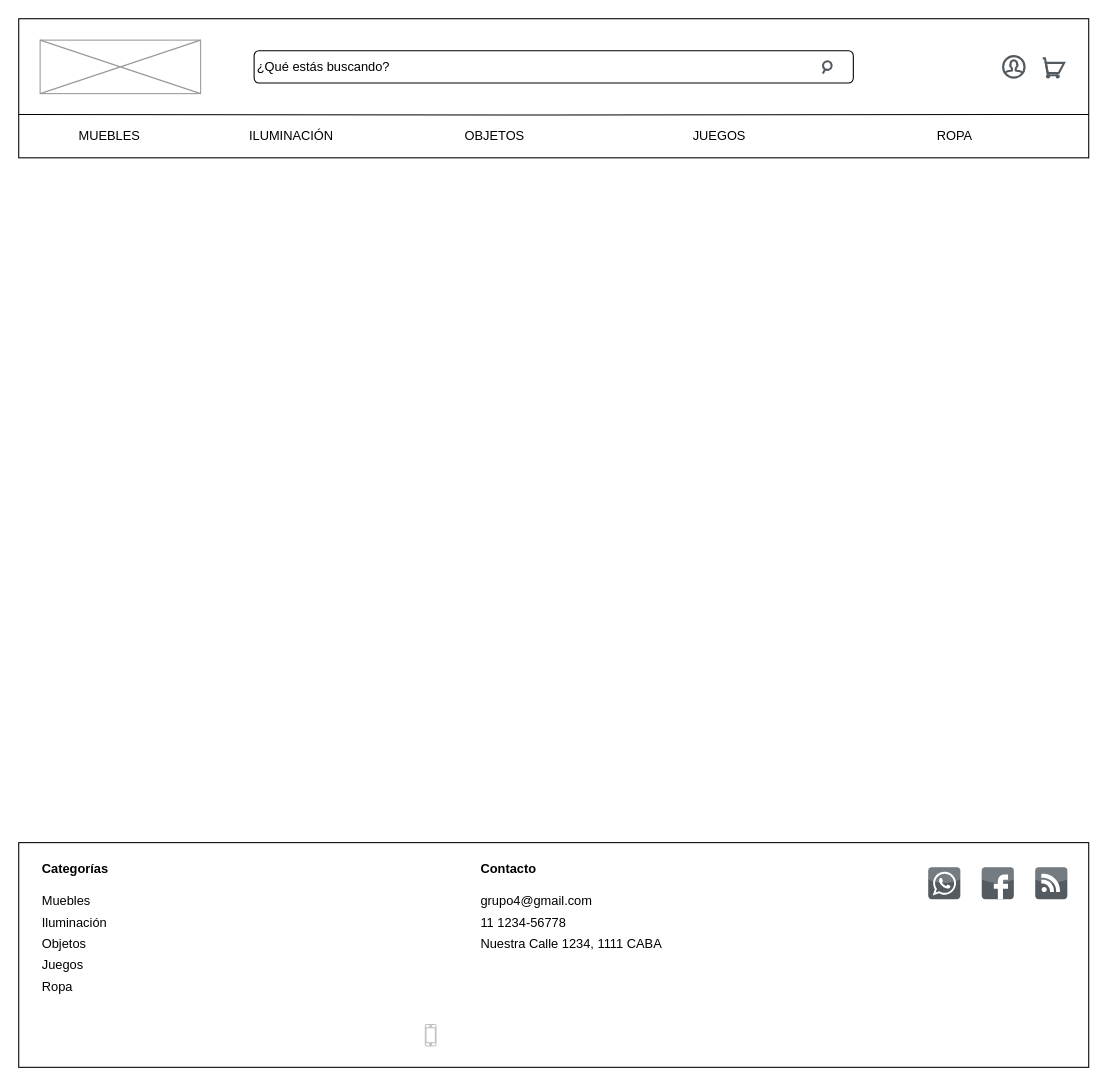
This is wireframes/web/header-y-footer.drawio from CeciliaLafuente/JopoStore---Tienda-Vintage, a draw.io file, before an edit. Source tidied: cells renumbered, new cells numbered last; positions are measured from the earlier drawing's top-left corner, leaving out a move shared by most shapes. Both pictures are drawn from the tidied source at 107%, with x=0, y=0 at pixel (18, 18).
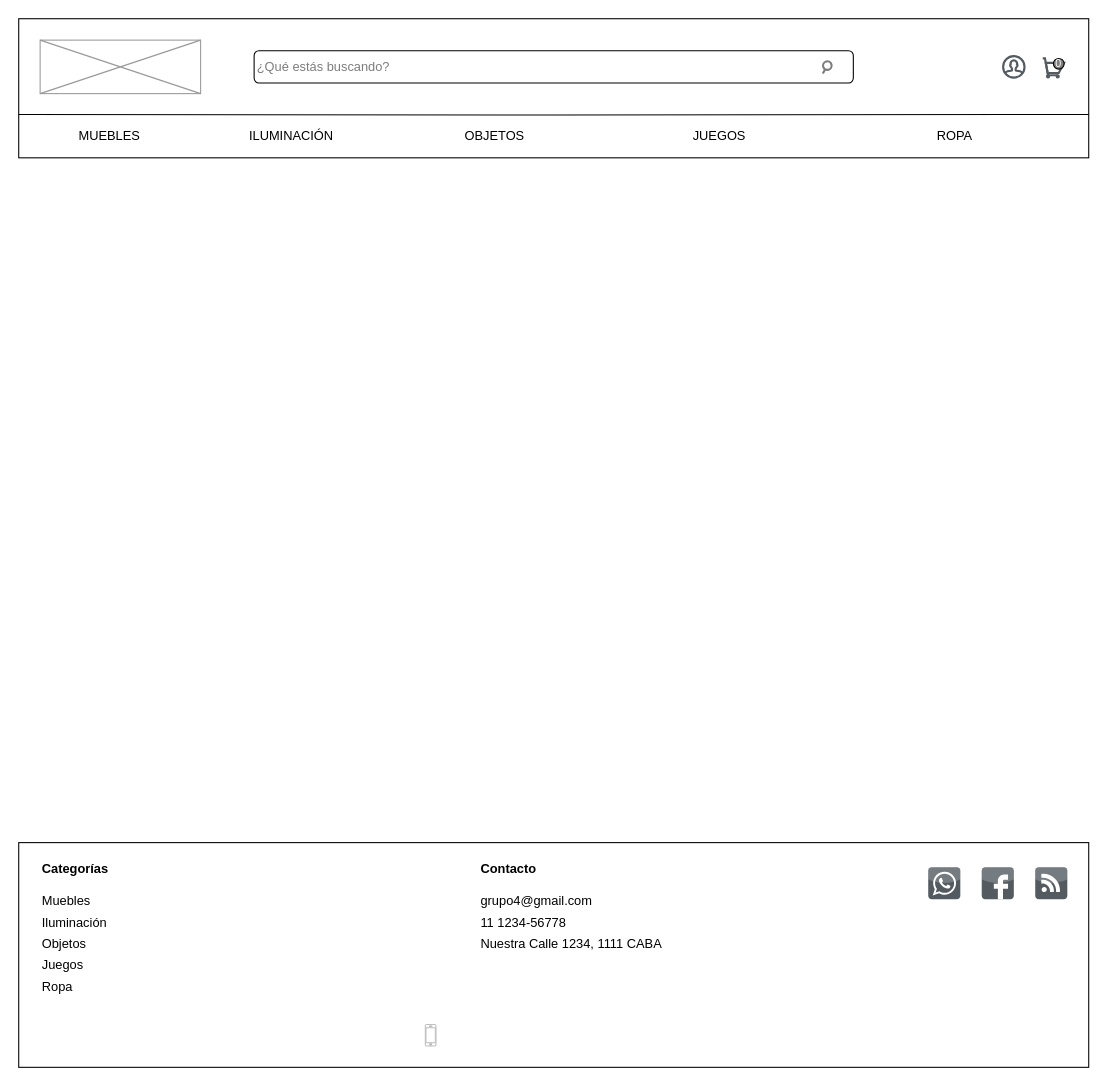
After the change.

Commit message (it also covers changes not shown here):
Creé wireframes login y resgistro, web y mobile

Diff of the diagram source:
```diff
@@
-    <mxCell id="6" value="¿Qué estás buscando?" style="text;html=1;strokeColor=none;fillColor=none;align=center;verticalAlign=left;whiteSpace=wrap;rounded=0;fontFamily=Helvetica;" parent="1" vertex="1">
+    <mxCell id="6" value="&lt;font color=&quot;#7d7d7d&quot;&gt;¿Qué estás buscando?&lt;/font&gt;" style="text;html=1;strokeColor=none;fillColor=none;align=center;verticalAlign=left;whiteSpace=wrap;rounded=0;fontFamily=Helvetica;" parent="1" vertex="1">
       <mxGeometry x="200" y="23" width="170" height="30" as="geometry" />
     </mxCell>
@@
-    <mxCell id="29" style="html=1;verticalLabelPosition=bottom;align=center;labelBackgroundColor=#ffffff;verticalAlign=top;strokeWidth=2;strokeColor=#535b61;shadow=0;dashed=0;shape=mxgraph.ios7.icons.looking_glass;rotation=75;" parent="1" vertex="1">
+    <mxCell id="29" style="html=1;verticalLabelPosition=bottom;align=center;labelBackgroundColor=#ffffff;verticalAlign=top;strokeWidth=2;strokeColor=#7D7D7D;shadow=0;dashed=0;shape=mxgraph.ios7.icons.looking_glass;rotation=75;" parent="1" vertex="1">
       <mxGeometry x="750" y="40" width="10" height="10" as="geometry" />
     </mxCell>
@@
+    <mxCell id="31" value="&lt;font style=&quot;font-size: 10px;&quot; color=&quot;#ffffff&quot;&gt;0&lt;/font&gt;" style="ellipse;whiteSpace=wrap;html=1;fillColor=#7D7D7D;" parent="1" vertex="1">
+      <mxGeometry x="967" y="37.1" width="10" height="10" as="geometry" />
+    </mxCell>
```
